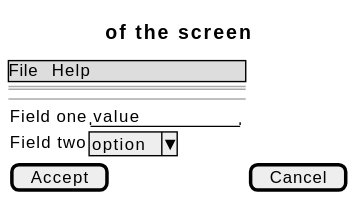
Before: docs/01-requirements/use-cases/renameTerms/wireframes.svg, a diagram exported from PlantUML (didactika/kampus). Source of this version:
```plantuml
@startsalt
{
  {* File | Help }
  ==
  Title of the screen
  --
  {
    Field one | "value        "
    Field two | ^option^
  }
  [ Accept ] | [ Cancel ]
}
@endsalt
```
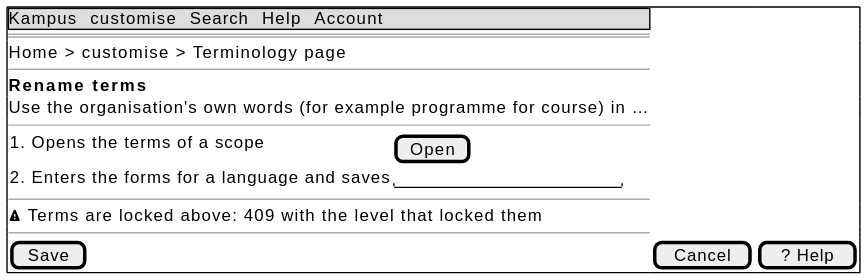
Later version of the same file.

The edit, as a diff of the source:
```diff
@@ -1,13 +1,19 @@
 @startsalt
-{
-  {* File | Help }
+{+
+  {* Kampus | customise | Search | Help | Account }
   ==
-  Title of the screen
+  Home > customise > Terminology page
+  --
+  <b>Rename terms
+  Use the organisation's own words (for example programme for course) in …
   --
   {
-    Field one | "value        "
-    Field two | ^option^
+    1. Opens the terms of a scope | [ Open ]
+    2. Enters the forms for a language and saves | "                    "
   }
-  [ Accept ] | [ Cancel ]
+  --
+  <&warning> Terms are locked above: 409 with the level that locked them
+  --
+  [ Save ] | [ Cancel ] | [ ? Help ]
 }
 @endsalt
```
